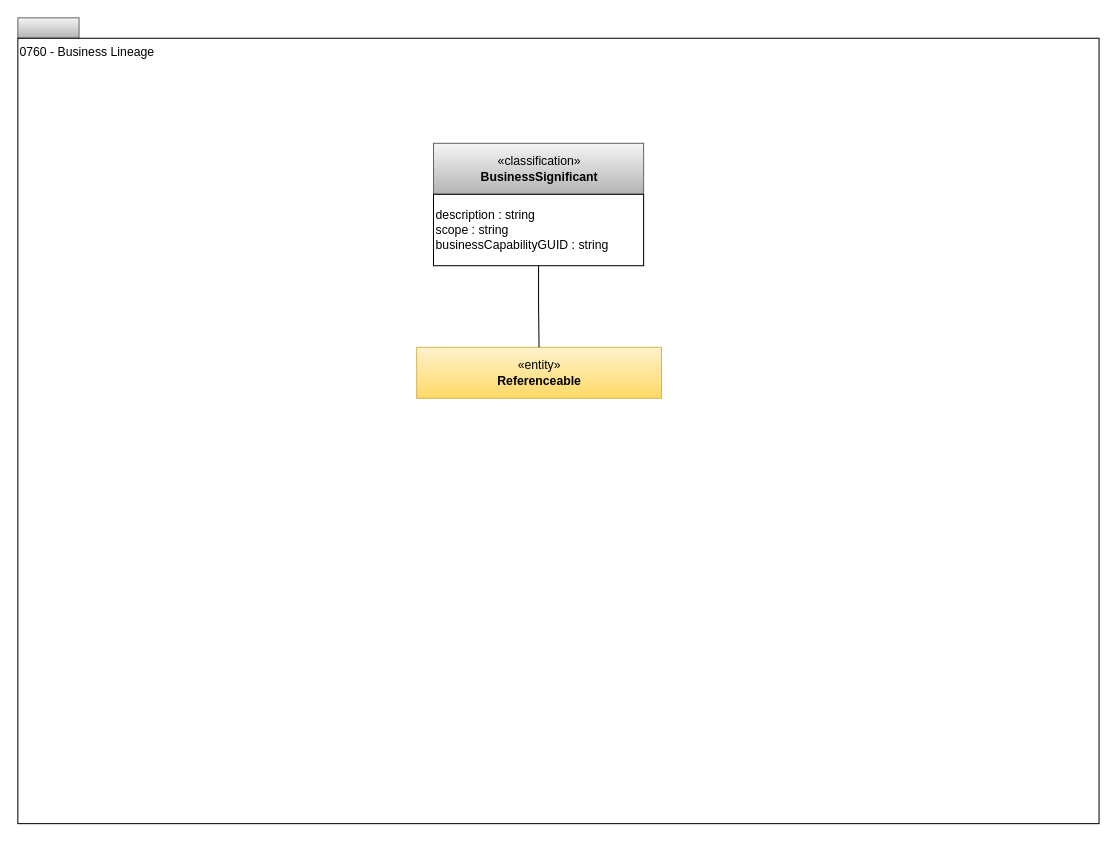
The draw.io diagram page "0760-Business-Lineage" (14 of 17) of site/docs/types/7/area-7-lineage.drawio in odpi/egeria-docs, before the edit. Source tidied: cells renumbered, new cells numbered last; positions are measured from the earlier drawing's top-left corner, leaving out a move shared by most shapes. Both pictures are drawn from the tidied source at 102%, with x=0, y=0 at pixel (17, 17).
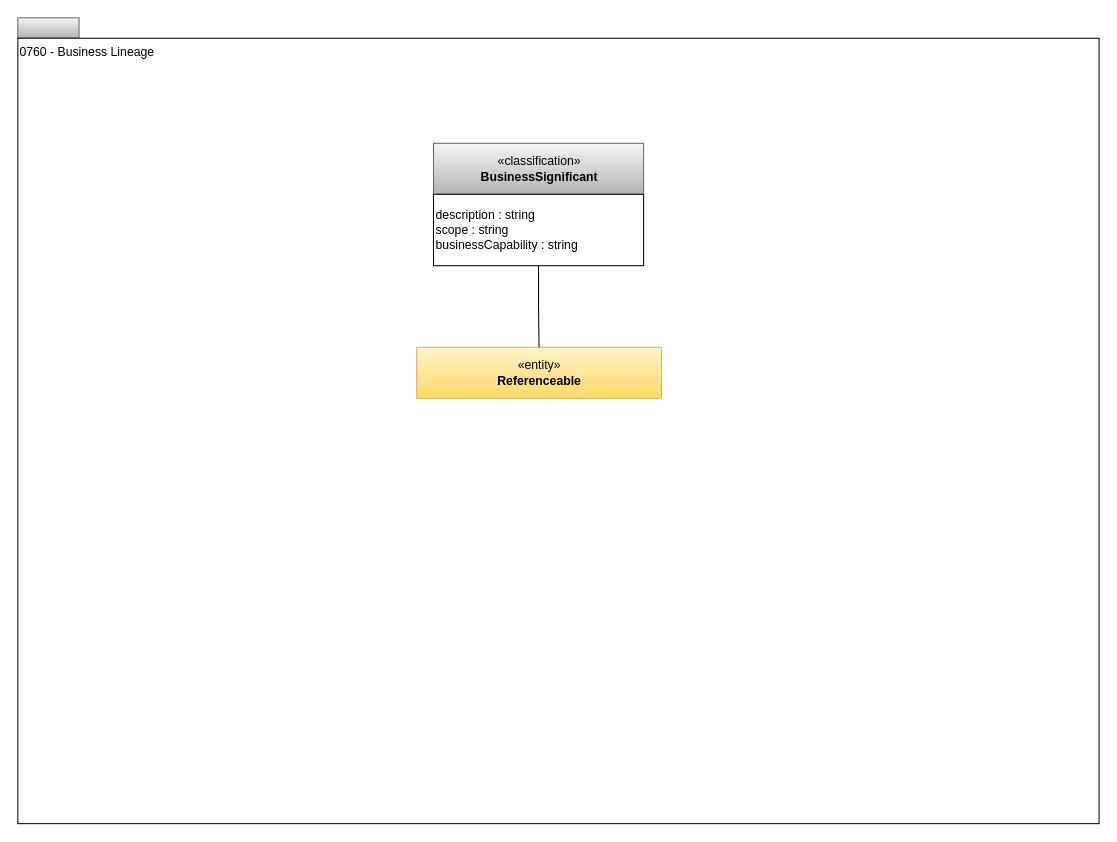
After the change.

Change to the diagram source:
```diff
@@
 <mxGraphModel>
   <root>
     <mxCell id="0" />
     <mxCell id="1" parent="0" />
     <mxCell id="2" style="rounded=0;whiteSpace=wrap;html=1;align=left;fillColor=#f5f5f5;strokeColor=#666666;gradientColor=#b3b3b3;" parent="1" vertex="1">
       <mxGeometry width="60" height="20" as="geometry" />
     </mxCell>
     <mxCell id="3" value="0760 - Business Lineage" style="rounded=0;whiteSpace=wrap;html=1;align=left;verticalAlign=top;" parent="1" vertex="1">
       <mxGeometry y="20" width="1060" height="770" as="geometry" />
     </mxCell>
     <mxCell id="4" value="«entity»&lt;br&gt;&lt;b&gt;Referenceable&lt;/b&gt;" style="html=1;strokeColor=#d6b656;align=center;fillColor=#fff2cc;gradientColor=#ffd966;" parent="1" vertex="1">
       <mxGeometry x="391" y="323" width="240" height="50" as="geometry" />
     </mxCell>
     <mxCell id="5" style="edgeStyle=orthogonalEdgeStyle;rounded=0;html=1;exitX=0.5;exitY=1;endArrow=none;endFill=0;jettySize=auto;exitDx=0;exitDy=0;" parent="1" edge="1" source="7" target="4">
       <mxGeometry relative="1" as="geometry" />
     </mxCell>
     <mxCell id="6" value="«classification»&lt;br&gt;&lt;b&gt;BusinessSignificant&lt;/b&gt;" style="html=1;strokeColor=#666666;align=center;fillColor=#f5f5f5;gradientColor=#b3b3b3;" parent="1" vertex="1">
       <mxGeometry x="407.5" y="123" width="206" height="50" as="geometry" />
     </mxCell>
-    <mxCell id="7" value="description : string&lt;br&gt;scope : string&lt;br&gt;businessCapabilityGUID : string" style="rounded=0;whiteSpace=wrap;html=1;strokeColor=#000000;gradientColor=#ffffff;align=left;" parent="1" vertex="1">
+    <mxCell id="7" value="description : string&lt;br&gt;scope : string&lt;br&gt;businessCapability : string" style="rounded=0;whiteSpace=wrap;html=1;strokeColor=#000000;gradientColor=#ffffff;align=left;" parent="1" vertex="1">
       <mxGeometry x="407.5" y="173" width="206" height="70" as="geometry" />
     </mxCell>
   </root>
 </mxGraphModel>
```
